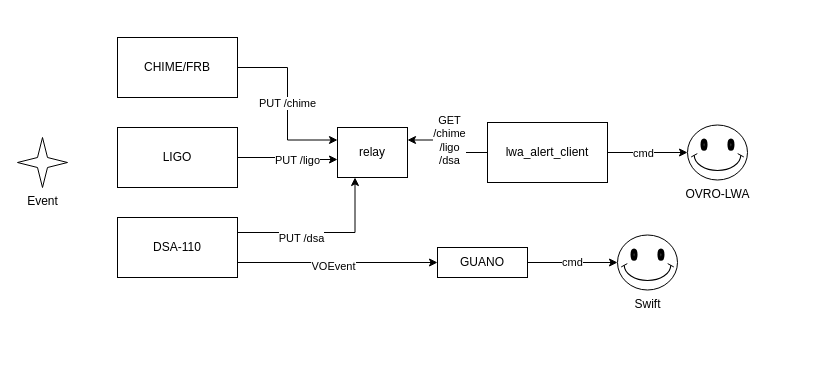
The draw.io diagram drawio/diagram.drawio.xml in ovrocaltech/ovro-alert, before the edit. Source tidied: cells renumbered, new cells numbered last; positions are measured from the earlier drawing's top-left corner, leaving out a move shared by most shapes. Both pictures are drawn from the tidied source at 100%, with x=0, y=0 at pixel (17, 37).
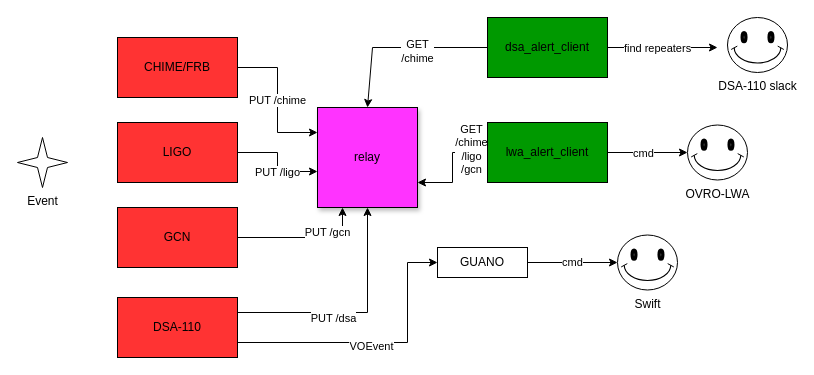
After the change.

The change refers to these unchanged cells:
```xml
<mxCell id="18" value="&lt;div&gt;GUANO&lt;/div&gt;" style="rounded=0;whiteSpace=wrap;html=1;" parent="1" vertex="1">
  <mxGeometry x="420" y="210" width="90" height="30" as="geometry" />
</mxCell>
```

What changed in the source:
```diff
@@
+    <mxCell id="16" value="LIGO" style="rounded=0;whiteSpace=wrap;html=1;fillColor=#FF3333;" parent="1" vertex="1">
+      <mxGeometry x="100" y="85" width="120" height="60" as="geometry" />
+    </mxCell>
     <mxCell id="2" value="PUT /chime" style="edgeStyle=orthogonalEdgeStyle;rounded=0;jettySize=auto;html=1;exitX=1;exitY=0.5;exitDx=0;exitDy=0;entryX=0;entryY=0.25;entryDx=0;entryDy=0;" parent="1" edge="1" source="3" target="19">
-      <mxGeometry relative="1" as="geometry">
-        <Array as="points">
-          <mxPoint x="270" y="30" />
-          <mxPoint x="270" y="103" />
-        </Array>
-      </mxGeometry>
+      <mxGeometry relative="1" as="geometry" />
     </mxCell>
-    <mxCell id="3" value="CHIME/FRB" style="rounded=0;whiteSpace=wrap;html=1;" parent="1" vertex="1">
+    <mxCell id="3" value="CHIME/FRB" style="rounded=0;whiteSpace=wrap;html=1;fillColor=#FF3333;" parent="1" vertex="1">
       <mxGeometry x="100" width="120" height="60" as="geometry" />
     </mxCell>
-    <mxCell id="4" style="edgeStyle=orthogonalEdgeStyle;rounded=0;jettySize=auto;html=1;exitX=0;exitY=0.5;exitDx=0;exitDy=0;entryX=1;entryY=0.25;entryDx=0;entryDy=0;" parent="1" edge="1" source="8" target="19">
+    <mxCell id="4" style="edgeStyle=orthogonalEdgeStyle;rounded=0;jettySize=auto;html=1;exitX=0;exitY=0.5;exitDx=0;exitDy=0;entryX=1;entryY=0.75;entryDx=0;entryDy=0;" parent="1" edge="1" source="8" target="19">
       <mxGeometry relative="1" as="geometry" />
     </mxCell>
-    <mxCell id="5" value="&lt;div&gt;GET&lt;/div&gt;&lt;div&gt;/chime&lt;/div&gt;&lt;div&gt;/ligo&lt;/div&gt;&lt;div&gt;/dsa&lt;br&gt;&lt;/div&gt;" style="edgeLabel;html=1;align=center;verticalAlign=middle;" parent="4" vertex="1">
+    <mxCell id="5" value="&lt;div&gt;GET&lt;/div&gt;&lt;div&gt;/chime&lt;/div&gt;&lt;div&gt;/ligo&lt;/div&gt;&lt;div&gt;/gcn&lt;br&gt;&lt;/div&gt;" style="edgeLabel;html=1;align=center;verticalAlign=middle;" parent="4" vertex="1">
       <mxGeometry x="0.78" y="2" relative="1" as="geometry">
-        <mxPoint x="31" y="-2" as="offset" />
+        <mxPoint x="42" y="-36" as="offset" />
       </mxGeometry>
     </mxCell>
@@
-    <mxCell id="8" value="lwa_alert_client" style="rounded=0;whiteSpace=wrap;html=1;" parent="1" vertex="1">
+    <mxCell id="8" value="lwa_alert_client" style="rounded=0;whiteSpace=wrap;html=1;fillColor=#009900;" parent="1" vertex="1">
       <mxGeometry x="470" y="85" width="120" height="60" as="geometry" />
     </mxCell>
-    <mxCell id="9" style="edgeStyle=orthogonalEdgeStyle;rounded=0;jettySize=auto;html=1;exitX=1;exitY=0.25;exitDx=0;exitDy=0;entryX=0.25;entryY=1;entryDx=0;entryDy=0;" parent="1" edge="1" source="13" target="19">
+    <mxCell id="9" style="edgeStyle=orthogonalEdgeStyle;rounded=0;jettySize=auto;html=1;exitX=1;exitY=0.25;exitDx=0;exitDy=0;entryX=0.5;entryY=1;entryDx=0;entryDy=0;" parent="1" edge="1" source="13" target="19">
       <mxGeometry relative="1" as="geometry" />
     </mxCell>
@@
     <mxCell id="11" style="edgeStyle=orthogonalEdgeStyle;rounded=0;jettySize=auto;html=1;exitX=1;exitY=0.75;exitDx=0;exitDy=0;entryX=0;entryY=0.5;entryDx=0;entryDy=0;" parent="1" edge="1" source="13" target="18">
-      <mxGeometry relative="1" as="geometry" />
+      <mxGeometry relative="1" as="geometry">
+        <Array as="points">
+          <mxPoint x="390" y="305" />
+          <mxPoint x="390" y="225" />
+        </Array>
+      </mxGeometry>
     </mxCell>
@@
-    <mxCell id="13" value="DSA-110" style="rounded=0;whiteSpace=wrap;html=1;" parent="1" vertex="1">
-      <mxGeometry x="100" y="180" width="120" height="60" as="geometry" />
+    <mxCell id="13" value="DSA-110" style="rounded=0;whiteSpace=wrap;html=1;fillColor=#FF3333;" parent="1" vertex="1">
+      <mxGeometry x="100" y="260" width="120" height="60" as="geometry" />
     </mxCell>
@@
-    <mxCell id="16" value="LIGO" style="rounded=0;whiteSpace=wrap;html=1;" parent="1" vertex="1">
-      <mxGeometry x="100" y="90" width="120" height="60" as="geometry" />
-    </mxCell>
@@
-    <mxCell id="19" value="&lt;div&gt;relay&lt;/div&gt;" style="rounded=0;whiteSpace=wrap;html=1;glass=0;shadow=0;" parent="1" vertex="1">
-      <mxGeometry x="320" y="90" width="70" height="50" as="geometry" />
+    <mxCell id="19" value="&lt;div&gt;relay&lt;/div&gt;" style="rounded=0;whiteSpace=wrap;html=1;glass=0;shadow=1;fillColor=#FF33FF;" parent="1" vertex="1">
+      <mxGeometry x="300" y="70" width="100" height="100" as="geometry" />
     </mxCell>
@@
+    <mxCell id="24" value="GCN" style="rounded=0;whiteSpace=wrap;html=1;fillColor=#FF3333;" parent="1" vertex="1">
+      <mxGeometry x="100" y="170" width="120" height="60" as="geometry" />
+    </mxCell>
+    <mxCell id="25" style="edgeStyle=orthogonalEdgeStyle;rounded=0;jettySize=auto;html=1;exitX=1;exitY=0.5;exitDx=0;exitDy=0;entryX=0.25;entryY=1;entryDx=0;entryDy=0;" parent="1" edge="1" source="24" target="19">
+      <mxGeometry relative="1" as="geometry" />
+    </mxCell>
+    <mxCell id="26" value="&lt;div&gt;PUT /gcn&lt;/div&gt;" style="edgeLabel;html=1;align=center;verticalAlign=middle;" parent="25" vertex="1">
+      <mxGeometry x="0.58" y="-4" relative="1" as="geometry">
+        <mxPoint x="-20" y="-4" as="offset" />
+      </mxGeometry>
+    </mxCell>
+    <mxCell id="27" style="edgeStyle=none;rounded=0;jettySize=auto;html=1;exitX=0;exitY=0.5;exitDx=0;exitDy=0;entryX=0.5;entryY=0;entryDx=0;entryDy=0;" parent="1" edge="1" source="29" target="19">
+      <mxGeometry relative="1" as="geometry">
+        <Array as="points">
+          <mxPoint x="355" y="10" />
+        </Array>
+      </mxGeometry>
+    </mxCell>
+    <mxCell id="28" value="&lt;div&gt;GET&lt;/div&gt;&lt;div&gt;/chime&lt;br&gt;&lt;/div&gt;" style="edgeLabel;html=1;align=center;verticalAlign=middle;" parent="27" vertex="1">
+      <mxGeometry x="-0.19" y="3" relative="1" as="geometry" />
+    </mxCell>
+    <mxCell id="29" value="dsa_alert_client" style="rounded=0;whiteSpace=wrap;html=1;fillColor=#009900;" parent="1" vertex="1">
+      <mxGeometry x="470" y="-20" width="120" height="60" as="geometry" />
+    </mxCell>
+    <mxCell id="30" style="edgeStyle=orthogonalEdgeStyle;rounded=0;jettySize=auto;html=1;exitX=1;exitY=0.5;exitDx=0;exitDy=0;" parent="1" edge="1" source="29">
+      <mxGeometry relative="1" as="geometry">
+        <mxPoint x="700" y="10" as="targetPoint" />
+      </mxGeometry>
+    </mxCell>
+    <mxCell id="31" value="find repeaters" style="edgeLabel;html=1;align=center;verticalAlign=middle;" parent="30" vertex="1">
+      <mxGeometry x="-0.12" relative="1" as="geometry" />
+    </mxCell>
+    <mxCell id="32" value="DSA-110 slack" style="verticalLabelPosition=bottom;verticalAlign=top;html=1;shape=mxgraph.basic.smiley;" parent="1" vertex="1">
+      <mxGeometry x="710" y="-20" width="60" height="55" as="geometry" />
+    </mxCell>
```
